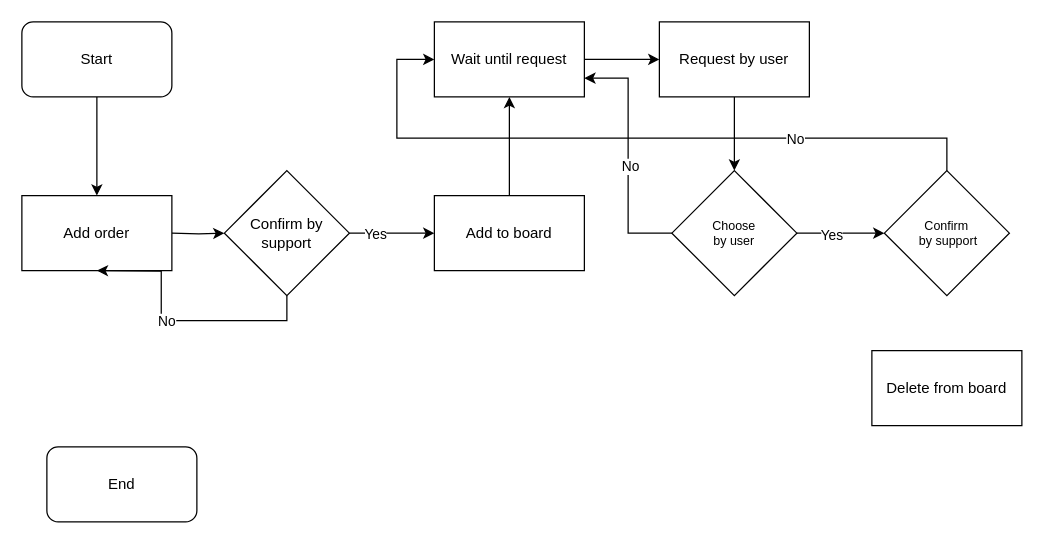
Above: extudent-order.drawio in BlackIQ/.github (draw.io), before the change. Source tidied: cells renumbered, new cells numbered last; positions are measured from the earlier drawing's top-left corner, leaving out a move shared by most shapes. Both pictures are drawn from the tidied source at 125%, with x=0, y=0 at pixel (21, 21).
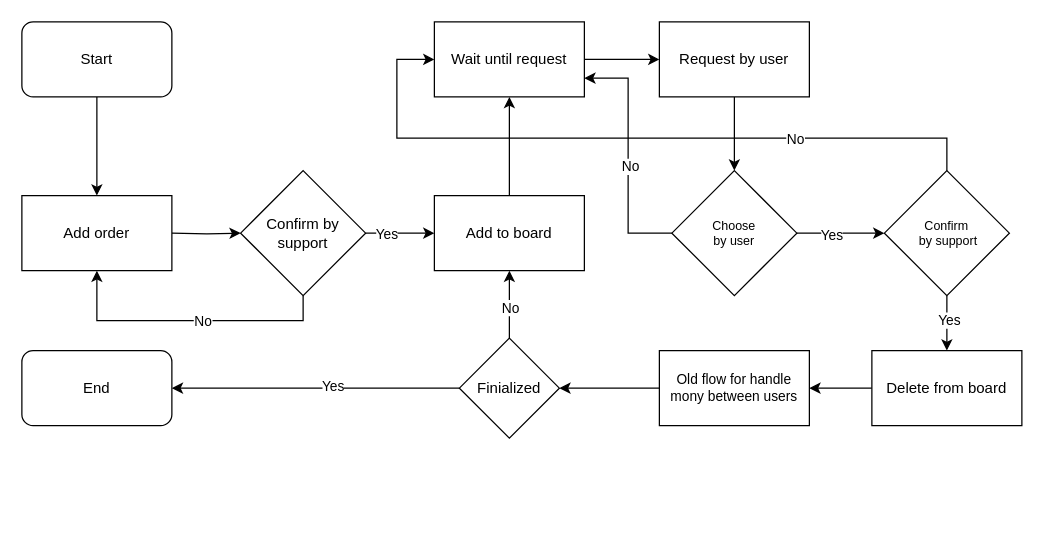
Above is the later version.

Unchanged cells that the change refers to:
```xml
<mxCell id="6" value="Add order" style="rounded=0;whiteSpace=wrap;html=1;" parent="1" vertex="1">
  <mxGeometry y="139" width="120" height="60" as="geometry" />
</mxCell>
<mxCell id="13" value="Add to board" style="rounded=0;whiteSpace=wrap;html=1;" parent="1" vertex="1">
  <mxGeometry x="330" y="139" width="120" height="60" as="geometry" />
</mxCell>
<mxCell id="23" value="Confirm&lt;br&gt;&amp;nbsp;by support" style="rhombus;whiteSpace=wrap;html=1;fontSize=10;" parent="1" vertex="1">
  <mxGeometry x="690" y="119" width="100" height="100" as="geometry" />
</mxCell>
<mxCell id="26" value="Delete from board" style="rounded=0;whiteSpace=wrap;html=1;" parent="1" vertex="1">
  <mxGeometry x="680" y="263" width="120" height="60" as="geometry" />
</mxCell>
```

What changed in the source:
```diff
@@
     <mxCell id="4" value="End" style="rounded=1;whiteSpace=wrap;html=1;" parent="1" vertex="1">
-      <mxGeometry x="20" y="340" width="120" height="60" as="geometry" />
+      <mxGeometry y="263" width="120" height="60" as="geometry" />
     </mxCell>
@@
-    <mxCell id="9" style="edgeStyle=orthogonalEdgeStyle;rounded=0;jettySize=auto;html=1;exitX=0.5;exitY=1;exitDx=0;exitDy=0;entryX=0.5;entryY=1;entryDx=0;entryDy=0;" parent="1" edge="1" source="11">
-      <mxGeometry relative="1" as="geometry">
-        <mxPoint x="60" y="199" as="targetPoint" />
-      </mxGeometry>
-    </mxCell>
-    <mxCell id="10" value="No" style="edgeLabel;html=1;align=center;verticalAlign=middle;" parent="9" vertex="1">
-      <mxGeometry x="0.11" relative="1" as="geometry" />
-    </mxCell>
+    <mxCell id="27" style="edgeStyle=orthogonalEdgeStyle;rounded=0;jettySize=auto;html=1;exitX=0.5;exitY=1;exitDx=0;exitDy=0;entryX=0.5;entryY=1;entryDx=0;entryDy=0;" parent="1" edge="1" source="11" target="6">
+      <mxGeometry relative="1" as="geometry" />
+    </mxCell>
+    <mxCell id="28" value="No" style="edgeLabel;html=1;align=center;verticalAlign=middle;" parent="27" vertex="1">
+      <mxGeometry x="-0.1" relative="1" as="geometry" />
+    </mxCell>
     <mxCell id="11" value="Confirm by support" style="rhombus;whiteSpace=wrap;html=1;" parent="1" vertex="1">
-      <mxGeometry x="162" y="119" width="100" height="100" as="geometry" />
+      <mxGeometry x="175" y="119" width="100" height="100" as="geometry" />
     </mxCell>
@@
+    <mxCell id="29" style="edgeStyle=orthogonalEdgeStyle;rounded=0;jettySize=auto;html=1;exitX=0.5;exitY=1;exitDx=0;exitDy=0;" parent="1" edge="1" source="23" target="26">
+      <mxGeometry relative="1" as="geometry" />
+    </mxCell>
+    <mxCell id="30" value="Yes" style="edgeLabel;html=1;align=center;verticalAlign=middle;" parent="29" vertex="1">
+      <mxGeometry x="-0.12" y="1" relative="1" as="geometry" />
+    </mxCell>
@@
+    <mxCell id="31" style="edgeStyle=orthogonalEdgeStyle;rounded=0;jettySize=auto;html=1;exitX=0;exitY=0.5;exitDx=0;exitDy=0;entryX=1;entryY=0.5;entryDx=0;entryDy=0;" parent="1" edge="1" source="26" target="33">
+      <mxGeometry relative="1" as="geometry" />
+    </mxCell>
@@
+    <mxCell id="32" style="edgeStyle=orthogonalEdgeStyle;rounded=0;jettySize=auto;html=1;exitX=0;exitY=0.5;exitDx=0;exitDy=0;entryX=1;entryY=0.5;entryDx=0;entryDy=0;" parent="1" edge="1" source="33" target="38">
+      <mxGeometry relative="1" as="geometry" />
+    </mxCell>
+    <mxCell id="33" value="Old flow for handle mony between users" style="rounded=0;whiteSpace=wrap;html=1;fontSize=11;" parent="1" vertex="1">
+      <mxGeometry x="510" y="263" width="120" height="60" as="geometry" />
+    </mxCell>
+    <mxCell id="34" style="edgeStyle=orthogonalEdgeStyle;rounded=0;jettySize=auto;html=1;exitX=0.5;exitY=0;exitDx=0;exitDy=0;entryX=0.5;entryY=1;entryDx=0;entryDy=0;" parent="1" edge="1" source="38" target="13">
+      <mxGeometry relative="1" as="geometry" />
+    </mxCell>
+    <mxCell id="35" value="No" style="edgeLabel;html=1;align=center;verticalAlign=middle;" parent="34" vertex="1">
+      <mxGeometry x="-0.06" relative="1" as="geometry" />
+    </mxCell>
+    <mxCell id="36" style="edgeStyle=orthogonalEdgeStyle;rounded=0;jettySize=auto;html=1;exitX=0;exitY=0.5;exitDx=0;exitDy=0;entryX=1;entryY=0.5;entryDx=0;entryDy=0;" parent="1" edge="1" source="38" target="4">
+      <mxGeometry relative="1" as="geometry" />
+    </mxCell>
+    <mxCell id="37" value="Yes" style="edgeLabel;html=1;align=center;verticalAlign=middle;" parent="36" vertex="1">
+      <mxGeometry x="-0.11" y="-2" relative="1" as="geometry" />
+    </mxCell>
+    <mxCell id="38" value="Finialized" style="rhombus;whiteSpace=wrap;html=1;" parent="1" vertex="1">
+      <mxGeometry x="350" y="253" width="80" height="80" as="geometry" />
+    </mxCell>
```
